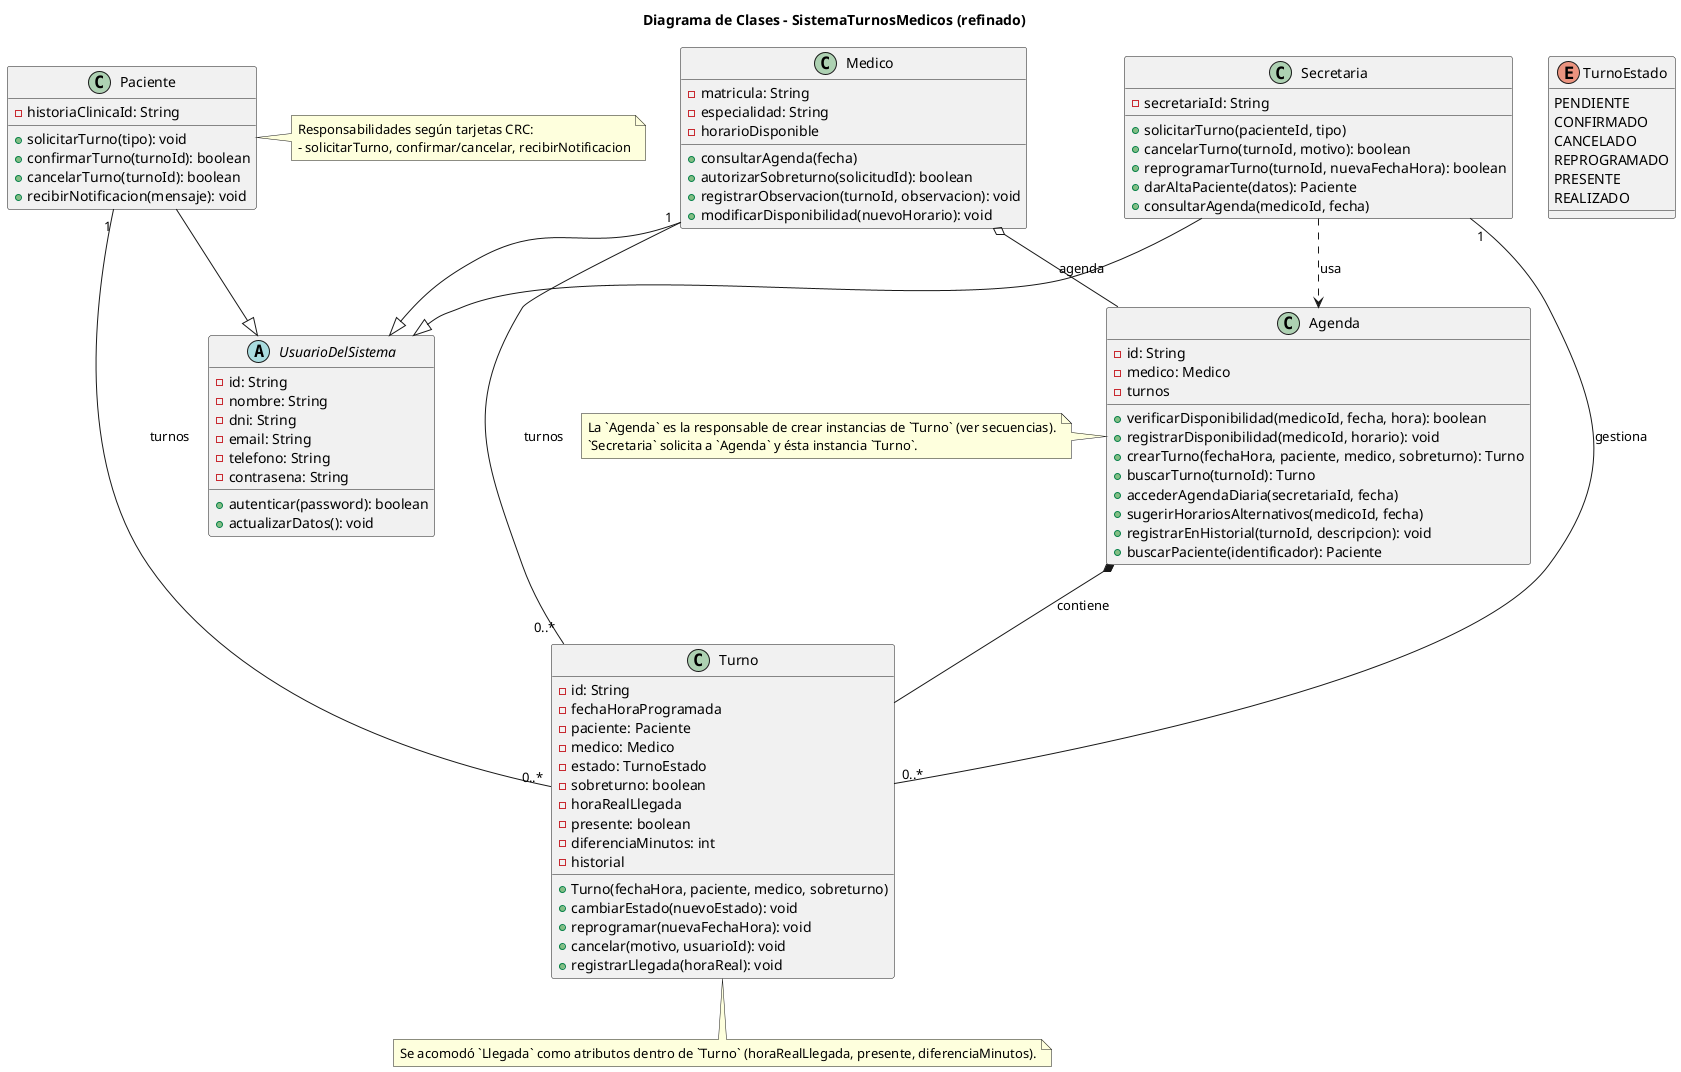
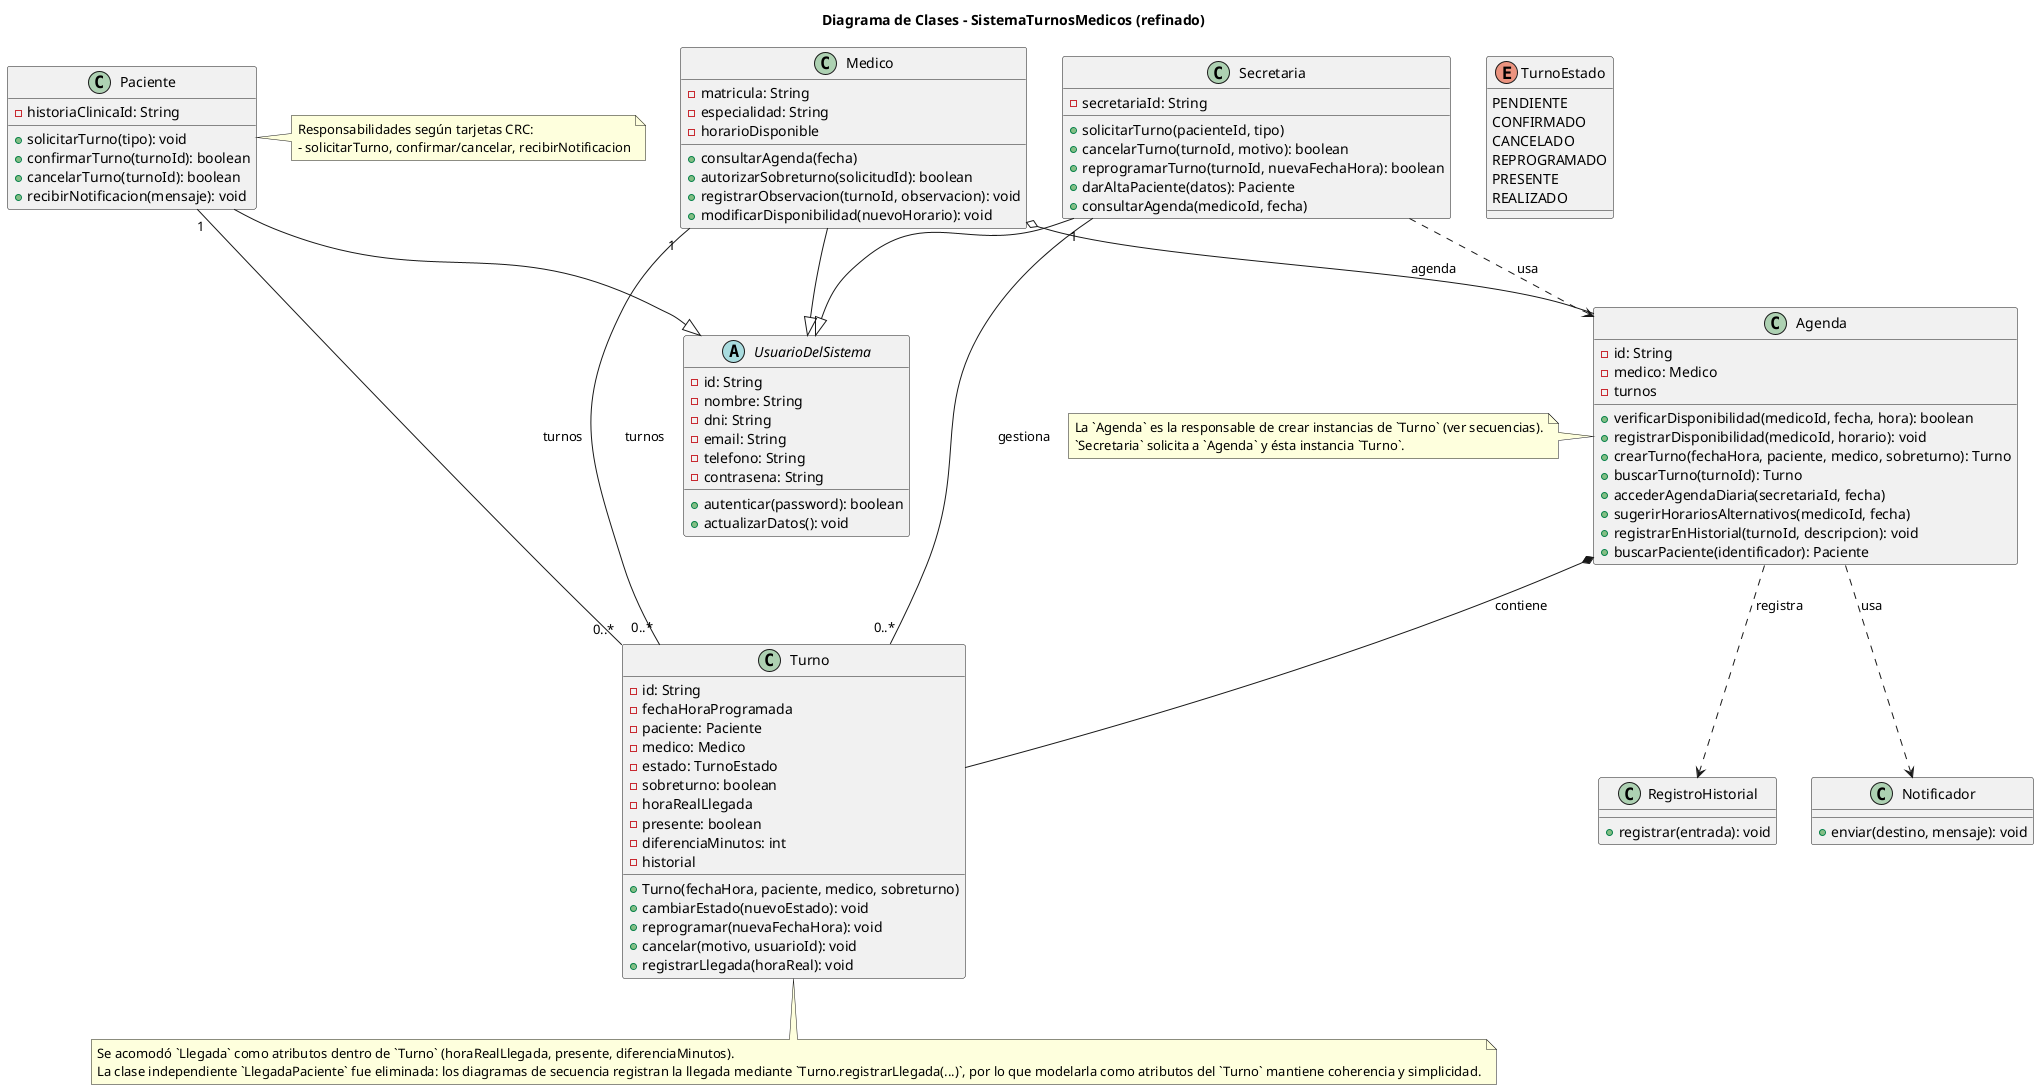

@startuml
title Diagrama de Clases - SistemaTurnosMedicos (refinado)

' Enumeraciones (simples)
enum TurnoEstado {
  PENDIENTE
  CONFIRMADO
  CANCELADO
  REPROGRAMADO
  PRESENTE
  REALIZADO
}

' Clases principales (tipos simplificados)
abstract class UsuarioDelSistema {
  - id: String
  - nombre: String
  - dni: String
  - email: String
  - telefono: String
  - contrasena: String
  + autenticar(password): boolean
  + actualizarDatos(): void
}

class Paciente {
  - historiaClinicaId: String
  + solicitarTurno(tipo): void
  + confirmarTurno(turnoId): boolean
  + cancelarTurno(turnoId): boolean
  + recibirNotificacion(mensaje): void
}

class Medico {
  - matricula: String
  - especialidad: String
  - horarioDisponible
  + consultarAgenda(fecha)
  + autorizarSobreturno(solicitudId): boolean
  + registrarObservacion(turnoId, observacion): void
  + modificarDisponibilidad(nuevoHorario): void
}

class Secretaria {
  - secretariaId: String
  + solicitarTurno(pacienteId, tipo)
  + cancelarTurno(turnoId, motivo): boolean
  + reprogramarTurno(turnoId, nuevaFechaHora): boolean
  + darAltaPaciente(datos): Paciente
  + consultarAgenda(medicoId, fecha)
}

class Agenda {
  - id: String
  - medico: Medico
  - turnos
  + verificarDisponibilidad(medicoId, fecha, hora): boolean
  + registrarDisponibilidad(medicoId, horario): void
  + crearTurno(fechaHora, paciente, medico, sobreturno): Turno
  + buscarTurno(turnoId): Turno
  + accederAgendaDiaria(secretariaId, fecha)
  + sugerirHorariosAlternativos(medicoId, fecha)
  + registrarEnHistorial(turnoId, descripcion): void
  + buscarPaciente(identificador): Paciente
}

class Turno {
  - id: String
  - fechaHoraProgramada
  - paciente: Paciente
  - medico: Medico
  - estado: TurnoEstado
  - sobreturno: boolean
  - horaRealLlegada
  - presente: boolean
  - diferenciaMinutos: int
  - historial
  + Turno(fechaHora, paciente, medico, sobreturno)
  + cambiarEstado(nuevoEstado): void
  + reprogramar(nuevaFechaHora): void
  + cancelar(motivo, usuarioId): void
  + registrarLlegada(horaReal): void
}

+ ' Soporte/servicios del dominio (para ejemplificar dependencia)
+ class Notificador {
+   + enviar(destino, mensaje): void
+ }
+ 
+ class RegistroHistorial {
+   + registrar(entrada): void
+ }
+ 
' Herencia
Paciente --|> UsuarioDelSistema
Medico --|> UsuarioDelSistema
Secretaria --|> UsuarioDelSistema

' Relaciones: asociación, agregación, composición, dependencia
' Agregación: Medico tiene una Agenda (la Agenda puede existir separada)
Medico o-- Agenda : agenda

' Composición: Agenda compone Turnos (si la Agenda se borra, sus turnos también)
Agenda *-- Turno : contiene

' Asociación normal (con multiplicidades)
Paciente "1" -- "0..*" Turno : turnos
Medico "1" -- "0..*" Turno : turnos
Secretaria "1" -- "0..*" Turno : gestiona

' Dependencia: Secretaria depende de Agenda para buscar disponibilidad
Secretaria ..> Agenda : usa

+ ' Dependencias adicionales: Agenda usa Notificador y RegistroHistorial
+ Agenda ..> Notificador : usa
+ Agenda ..> RegistroHistorial : registra
+ 
' Notas y trazabilidad
note right of Paciente
  Responsabilidades según tarjetas CRC:
  - solicitarTurno, confirmar/cancelar, recibirNotificacion
end note

note left of Agenda
  La `Agenda` es la responsable de crear instancias de `Turno` (ver secuencias).
  `Secretaria` solicita a `Agenda` y ésta instancia `Turno`.
end note

note bottom of Turno
  Se acomodó `Llegada` como atributos dentro de `Turno` (horaRealLlegada, presente, diferenciaMinutos).
+   La clase independiente `LlegadaPaciente` fue eliminada: los diagramas de secuencia registran la llegada mediante `Turno.registrarLlegada(...)`, por lo que modelarla como atributos del `Turno` mantiene coherencia y simplicidad.
end note

@enduml
